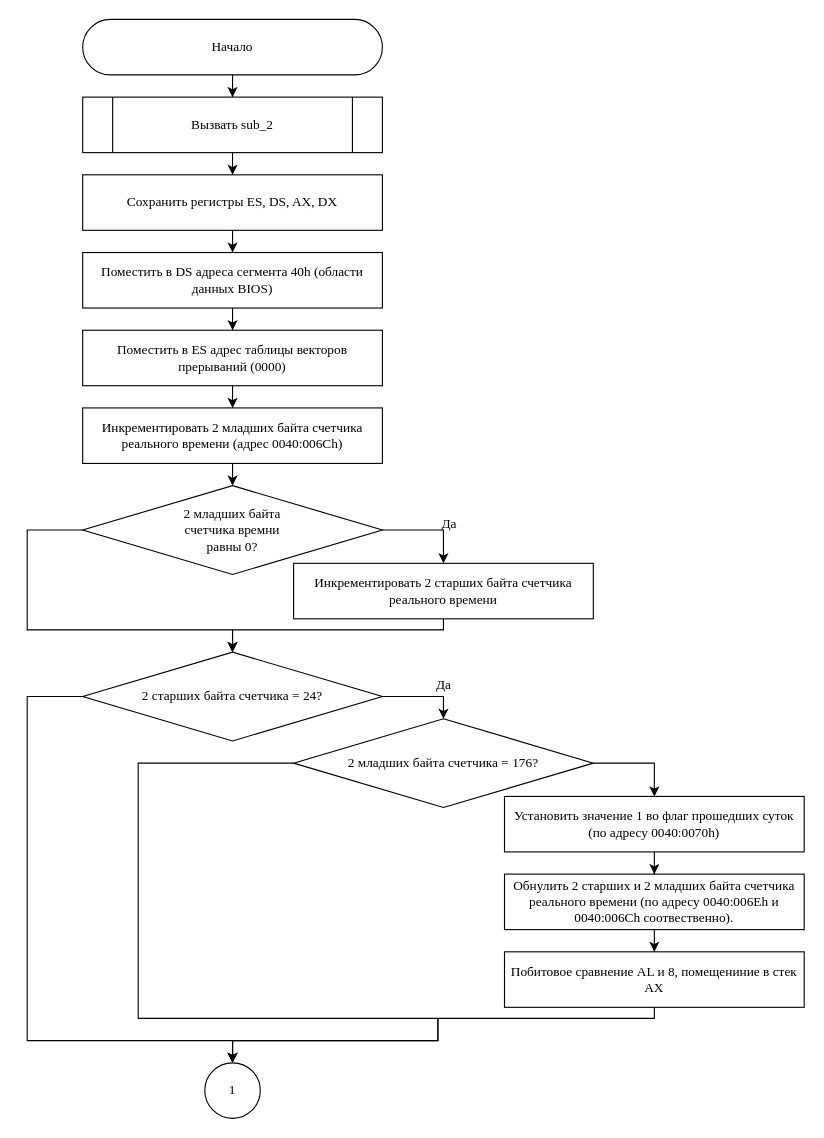
xanderkov/ics7-os keeps this draw.io diagram as page "Page-1" (1 of 2) of lab-01/INT8.drawio. Above is the earlier version. Source tidied: cells renumbered, new cells numbered last; positions are measured from the earlier drawing's top-left corner, leaving out a move shared by most shapes. Both pictures are drawn from the tidied source at 111%, with x=0, y=0 at pixel (27, 19).
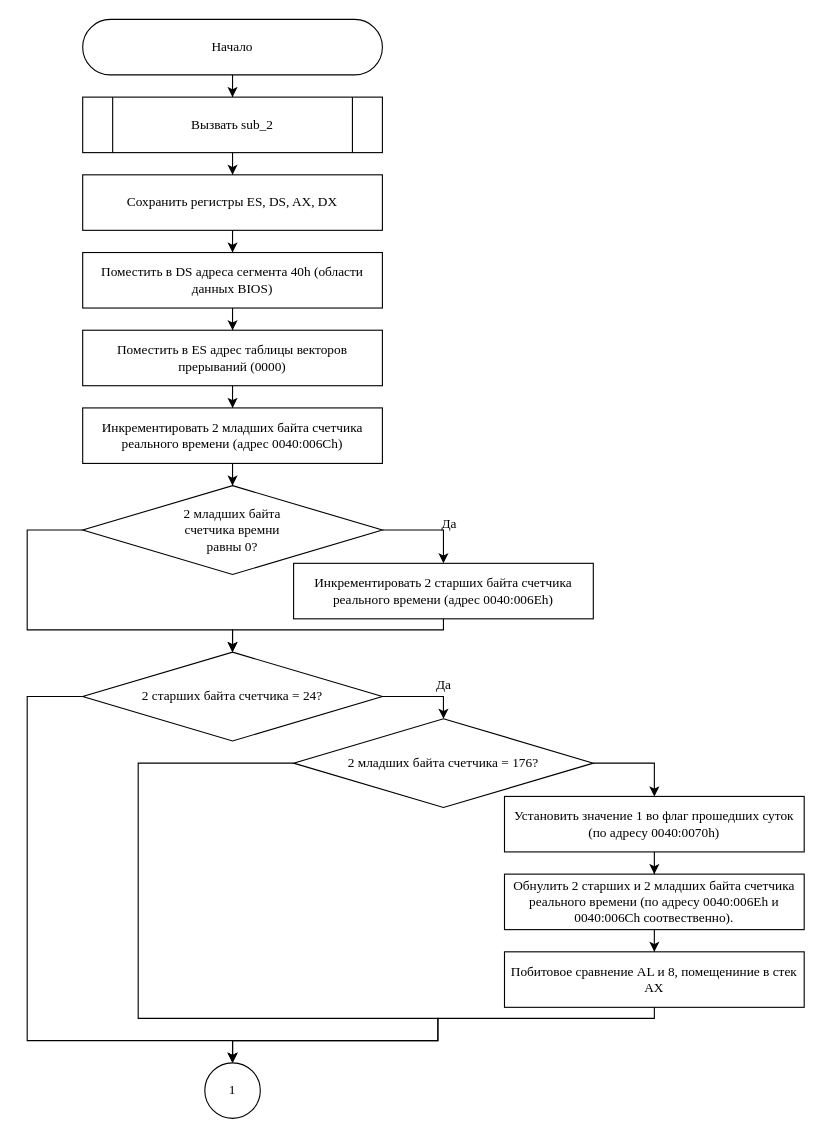
The same page after the edit.

What changed in the source:
```diff
@@
-    <mxCell id="18" value="Инкрементировать 2 старших байта счетчика реального времени" style="rounded=1;whiteSpace=wrap;html=1;fontFamily=Times New Roman;arcSize=0;" parent="1" vertex="1">
+    <mxCell id="18" value="Инкрементировать 2 старших байта счетчика реального времени (адрес 0040:006Eh)" style="rounded=1;whiteSpace=wrap;html=1;fontFamily=Times New Roman;arcSize=0;" parent="1" vertex="1">
       <mxGeometry x="240" y="490" width="270" height="50" as="geometry" />
     </mxCell>
```
